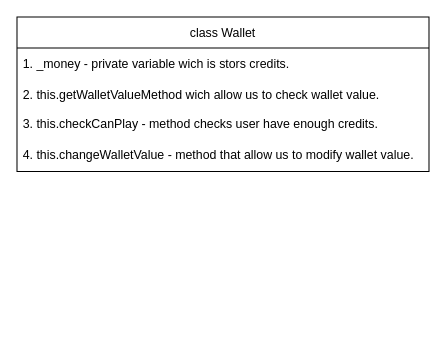
Earlier version of the draw.io diagram Untitled Diagram.drawio (NoxaGen/one-handed-bandit). Source tidied: cells renumbered, new cells numbered last; positions are measured from the earlier drawing's top-left corner, leaving out a move shared by most shapes. Both pictures are drawn from the tidied source at 103%, with x=0, y=0 at pixel (16, 16).
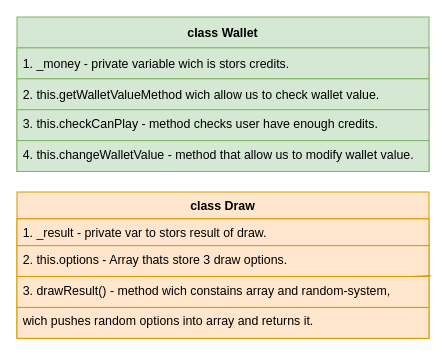
The same diagram, later.

Commit message:
added draw class diag.drawio

The edit, as a diff of the source:
```diff
@@
 <mxGraphModel>
   <root>
     <mxCell id="0" />
     <mxCell id="1" parent="0" />
-    <mxCell id="2" value="class Wallet" style="swimlane;fontStyle=0;horizontal=1;startSize=30;" parent="1" vertex="1">
+    <mxCell id="2" value="class Wallet" style="swimlane;fontStyle=1;horizontal=1;startSize=30;fillColor=#d5e8d4;strokeColor=#82b366;" parent="1" vertex="1">
       <mxGeometry width="400" height="150" as="geometry" />
     </mxCell>
-    <mxCell id="3" value="1. _money - private variable wich is stors credits." style="text;strokeColor=none;fillColor=none;align=left;verticalAlign=middle;spacingLeft=4;spacingRight=4;overflow=hidden;" parent="2" vertex="1">
+    <mxCell id="3" value="1. _money - private variable wich is stors credits." style="text;align=left;verticalAlign=middle;spacingLeft=4;spacingRight=4;overflow=hidden;fillColor=#d5e8d4;strokeColor=#82b366;" parent="2" vertex="1">
       <mxGeometry y="30" width="400" height="30" as="geometry" />
     </mxCell>
-    <mxCell id="4" value="2. this.getWalletValueMethod wich allow us to check wallet value." style="text;strokeColor=none;fillColor=none;align=left;verticalAlign=middle;spacingLeft=4;spacingRight=4;overflow=hidden;" parent="2" vertex="1">
+    <mxCell id="4" value="2. this.getWalletValueMethod wich allow us to check wallet value." style="text;align=left;verticalAlign=middle;spacingLeft=4;spacingRight=4;overflow=hidden;fillColor=#d5e8d4;strokeColor=#82b366;" parent="2" vertex="1">
       <mxGeometry y="60" width="400" height="30" as="geometry" />
     </mxCell>
-    <mxCell id="5" value="3. this.checkCanPlay - method checks user have enough credits." style="text;strokeColor=none;fillColor=none;align=left;verticalAlign=top;spacingLeft=4;spacingRight=4;overflow=hidden;" parent="2" vertex="1">
+    <mxCell id="5" value="3. this.checkCanPlay - method checks user have enough credits." style="text;align=left;verticalAlign=top;spacingLeft=4;spacingRight=4;overflow=hidden;fillColor=#d5e8d4;strokeColor=#82b366;" parent="2" vertex="1">
       <mxGeometry y="90" width="400" height="30" as="geometry" />
     </mxCell>
-    <mxCell id="6" value="4. this.changeWalletValue - method that allow us to modify wallet value." style="text;strokeColor=none;fillColor=none;align=left;verticalAlign=top;spacingLeft=4;spacingRight=4;overflow=hidden;" parent="2" vertex="1">
+    <mxCell id="6" value="4. this.changeWalletValue - method that allow us to modify wallet value." style="text;align=left;verticalAlign=top;spacingLeft=4;spacingRight=4;overflow=hidden;fillColor=#d5e8d4;strokeColor=#82b366;" parent="2" vertex="1">
       <mxGeometry y="120" width="400" height="30" as="geometry" />
     </mxCell>
+    <mxCell id="7" value="class Draw&#10;" style="swimlane;fontStyle=1;align=center;verticalAlign=top;horizontal=1;startSize=26;rounded=0;sketch=0;fontSize=12;fillColor=#ffe6cc;strokeColor=#d79b00;" parent="1" vertex="1">
+      <mxGeometry y="170" width="400" height="142" as="geometry" />
+    </mxCell>
+    <mxCell id="8" value="1. _result - private var to stors result of draw." style="text;strokeColor=#d79b00;fillColor=#ffe6cc;align=left;verticalAlign=top;spacingLeft=4;spacingRight=4;overflow=hidden;rounded=0;sketch=0;" parent="7" vertex="1">
+      <mxGeometry y="26" width="400" height="26" as="geometry" />
+    </mxCell>
+    <mxCell id="9" value="2. this.options - Array thats store 3 draw options." style="text;strokeColor=#d79b00;fillColor=#ffe6cc;align=left;verticalAlign=top;spacingLeft=4;spacingRight=4;overflow=hidden;rounded=0;sketch=0;" parent="7" vertex="1">
+      <mxGeometry y="52" width="400" height="30" as="geometry" />
+    </mxCell>
+    <mxCell id="10" style="endArrow=none;html=1;rounded=1;sketch=0;fontSize=12;curved=0;entryX=1.005;entryY=-0.033;entryDx=0;entryDy=0;entryPerimeter=0;fillColor=#ffe6cc;strokeColor=#d79b00;" parent="7" edge="1" target="11">
+      <mxGeometry relative="1" as="geometry">
+        <mxPoint y="90" as="sourcePoint" />
+        <Array as="points">
+          <mxPoint x="230" y="90" />
+        </Array>
+      </mxGeometry>
+    </mxCell>
+    <mxCell id="11" value="3. drawResult() - method wich constains array and random-system, " style="text;strokeColor=#d79b00;fillColor=#ffe6cc;align=left;verticalAlign=top;spacingLeft=4;spacingRight=4;overflow=hidden;points=[[0,0.5],[1,0.5]];portConstraint=eastwest;rounded=0;sketch=0;" parent="7" vertex="1">
+      <mxGeometry y="82" width="400" height="30" as="geometry" />
+    </mxCell>
+    <mxCell id="12" value="wich pushes random options into array and returns it." style="text;strokeColor=#d79b00;fillColor=#ffe6cc;align=left;verticalAlign=top;spacingLeft=4;spacingRight=4;overflow=hidden;rounded=0;sketch=0;" parent="7" vertex="1">
+      <mxGeometry y="112" width="400" height="30" as="geometry" />
+    </mxCell>
   </root>
 </mxGraphModel>
```
